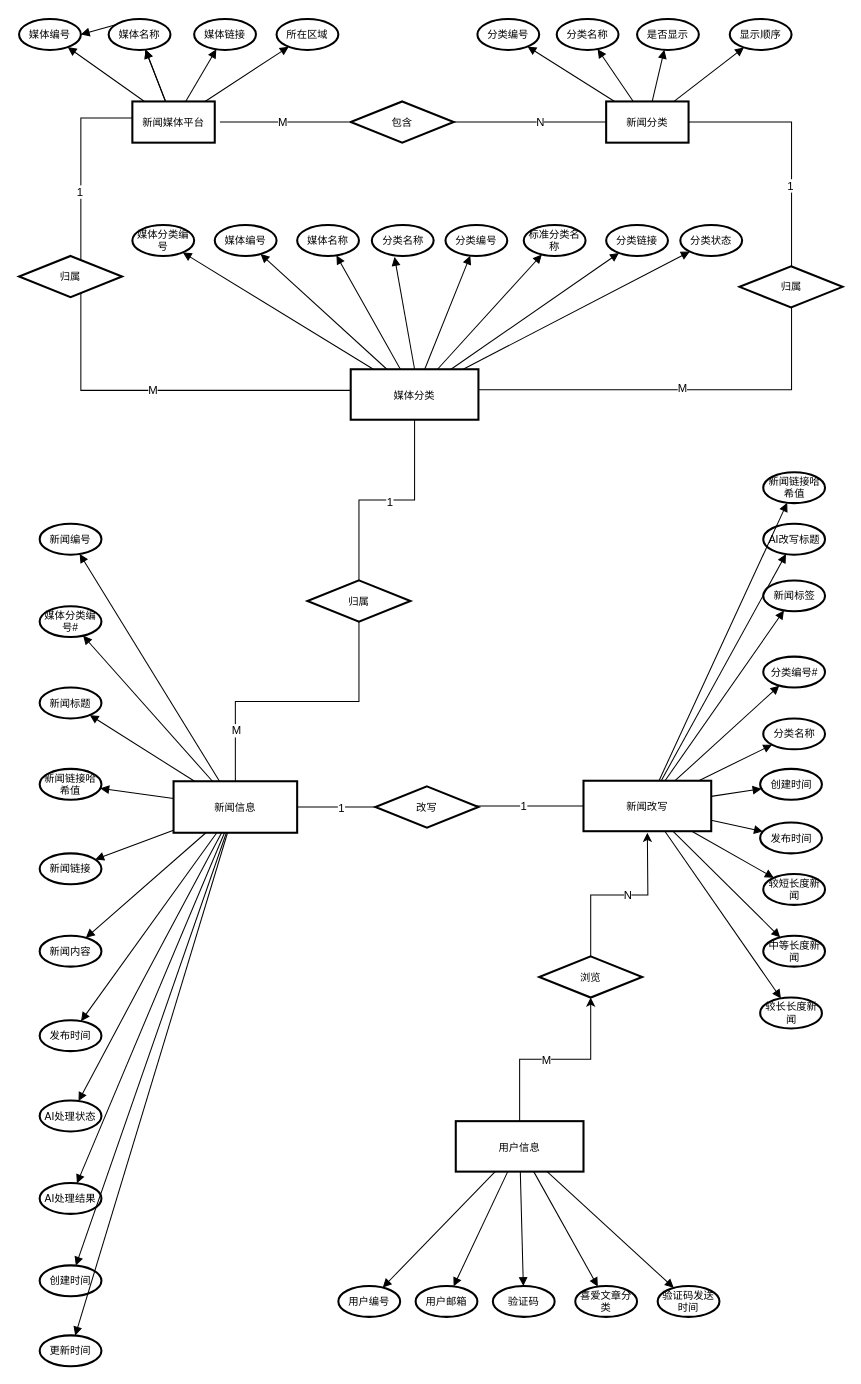
The draw.io diagram draw.io/E-R图.drawio in lijc210/app_storage, before the edit. Source tidied: cells renumbered, new cells numbered last; positions are measured from the earlier drawing's top-left corner, leaving out a move shared by most shapes. Both pictures are drawn from the tidied source at 103%, with x=0, y=0 at pixel (19, 19).
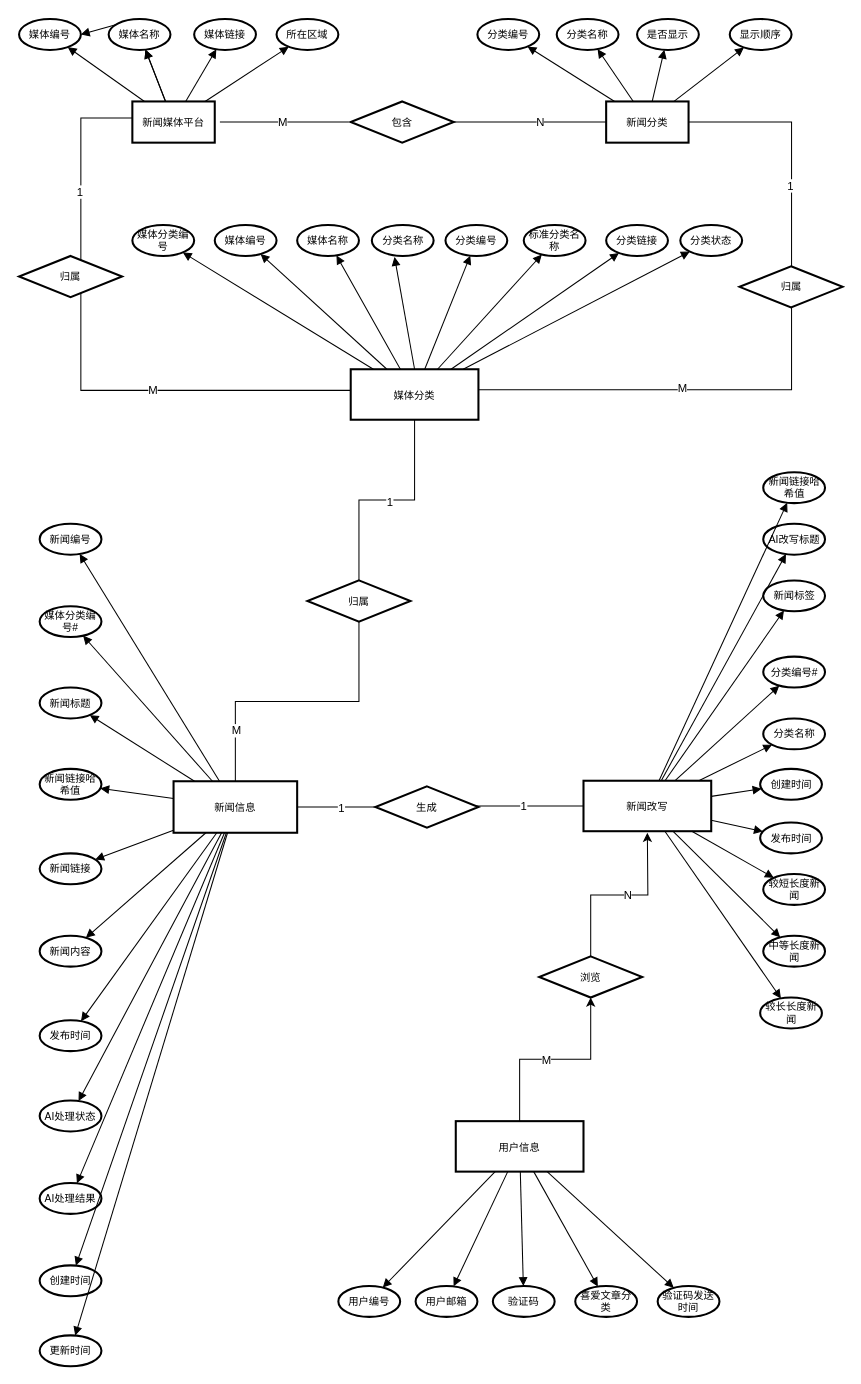
After the change.

What changed in the source:
```diff
@@
-    <mxCell id="121" value="改写" style="rhombus;strokeWidth=2;whiteSpace=wrap;fontSize=10;flipH=0;flipV=0;" parent="1" vertex="1">
+    <mxCell id="121" value="生成" style="rhombus;strokeWidth=2;whiteSpace=wrap;fontSize=10;flipH=0;flipV=0;" parent="1" vertex="1">
       <mxGeometry x="346" y="745" width="100" height="40" as="geometry" />
     </mxCell>
```
